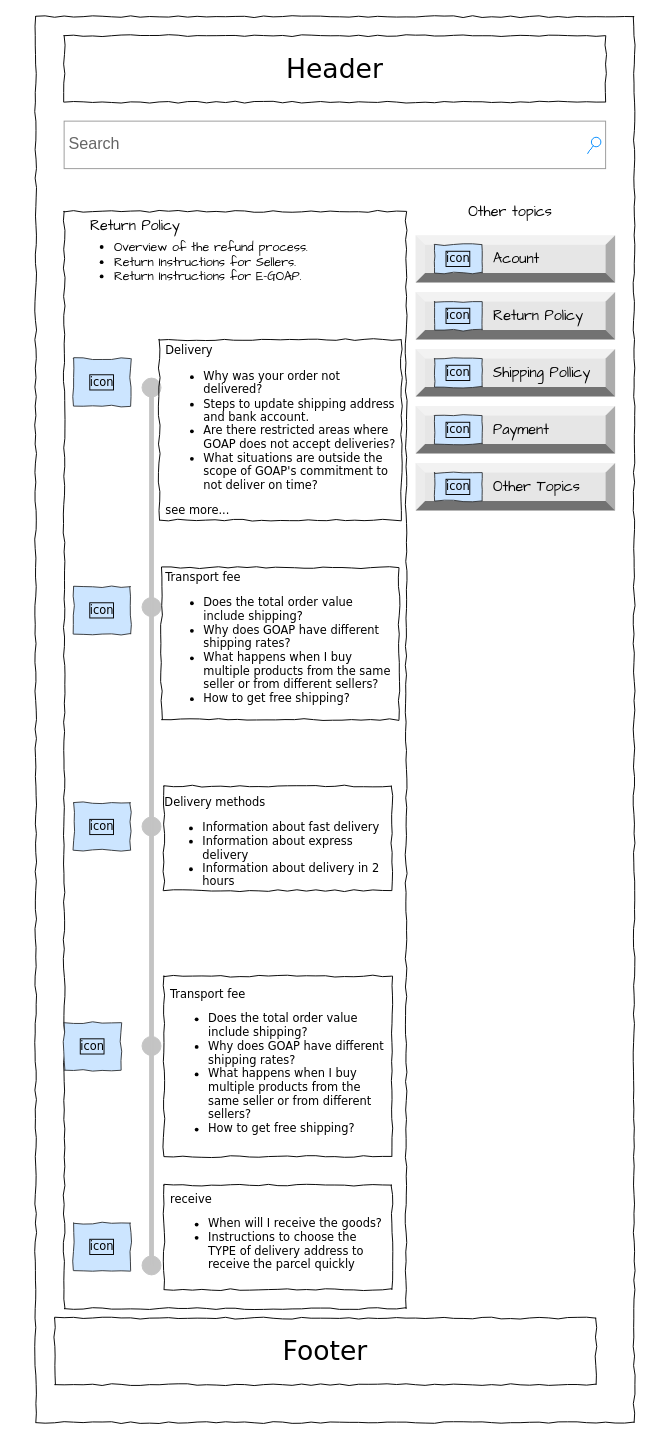
This is page "Shipping Policy" (5 of 6) of 3. Applications/1. Design (UI-UX)/1. Wireframe/Yuki-wireframe.drawio from XiaoYuki2010/Classroom-GSS0123, a draw.io file, before an edit. Source tidied: cells renumbered, new cells numbered last; positions are measured from the earlier drawing's top-left corner, leaving out a move shared by most shapes. Both pictures are drawn from the tidied source at 95%, with x=0, y=0 at pixel (16, 16).
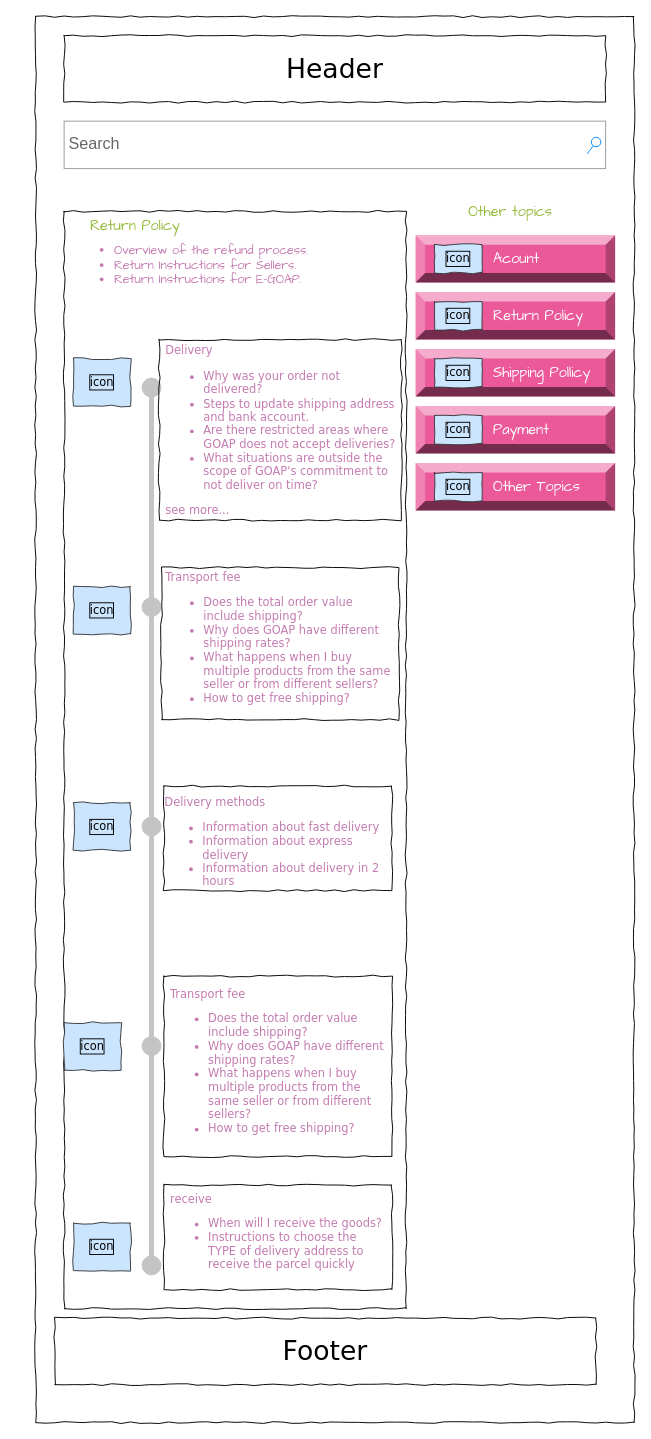
After the change.

What changed in the source:
```diff
@@
-    <mxCell id="5" value="Other topics" style="text;html=1;strokeColor=none;fillColor=none;align=center;verticalAlign=middle;whiteSpace=wrap;rounded=0;fontSize=15;fontFamily=Architects Daughter;fontColor=default;" parent="1" vertex="1">
+    <mxCell id="5" value="Other topics" style="text;html=1;strokeColor=none;fillColor=none;align=center;verticalAlign=middle;whiteSpace=wrap;rounded=0;fontSize=15;fontFamily=Architects Daughter;fontColor=#95bb3d;" parent="1" vertex="1">
       <mxGeometry x="470" y="190" width="100" height="30" as="geometry" />
     </mxCell>
@@
-    <mxCell id="7" value="Return Policy" style="text;html=1;strokeColor=none;fillColor=none;align=center;verticalAlign=middle;whiteSpace=wrap;rounded=0;fontSize=15;fontFamily=Architects Daughter;fontColor=default;" parent="1" vertex="1">
+    <mxCell id="7" value="Return Policy" style="text;html=1;strokeColor=none;fillColor=none;align=center;verticalAlign=middle;whiteSpace=wrap;rounded=0;fontSize=15;fontFamily=Architects Daughter;fontColor=#95bb3d;" parent="1" vertex="1">
       <mxGeometry y="205" width="250" height="30" as="geometry" />
     </mxCell>
@@
-    <mxCell id="9" style="labelPosition=center;verticalLabelPosition=middle;align=center;html=1;shape=mxgraph.basic.shaded_button;dx=10;fillColor=#E6E6E6;strokeColor=none;whiteSpace=wrap;rounded=0;shadow=0;glass=0;labelBackgroundColor=none;labelBorderColor=default;sketch=0;hachureGap=4;jiggle=2;curveFitting=1;fontFamily=Architects Daughter;fontSize=15;fontColor=default;" parent="1" vertex="1">
+    <mxCell id="9" style="labelPosition=center;verticalLabelPosition=middle;align=center;html=1;shape=mxgraph.basic.shaded_button;dx=10;fillColor=#eb5999;strokeColor=none;whiteSpace=wrap;rounded=0;shadow=0;glass=0;labelBackgroundColor=none;labelBorderColor=default;sketch=0;hachureGap=4;jiggle=2;curveFitting=1;fontFamily=Architects Daughter;fontSize=15;fontColor=#fcfcfc;" parent="1" vertex="1">
       <mxGeometry x="420" y="230" width="210" height="50" as="geometry" />
     </mxCell>
@@
-    <mxCell id="11" value="Acount" style="text;html=1;strokeColor=none;fillColor=none;align=left;verticalAlign=middle;whiteSpace=wrap;rounded=0;fontSize=15;fontFamily=Architects Daughter;fontColor=default;" parent="1" vertex="1">
+    <mxCell id="11" value="Acount" style="text;html=1;strokeColor=none;fillColor=none;align=left;verticalAlign=middle;whiteSpace=wrap;rounded=0;fontSize=15;fontFamily=Architects Daughter;fontColor=#ffffff;" parent="1" vertex="1">
       <mxGeometry x="500" y="240" width="60" height="30" as="geometry" />
     </mxCell>
-    <mxCell id="12" style="labelPosition=center;verticalLabelPosition=middle;align=center;html=1;shape=mxgraph.basic.shaded_button;dx=10;fillColor=#E6E6E6;strokeColor=none;whiteSpace=wrap;rounded=0;shadow=0;glass=0;labelBackgroundColor=none;labelBorderColor=default;sketch=0;hachureGap=4;jiggle=2;curveFitting=1;fontFamily=Architects Daughter;fontSize=15;fontColor=default;" parent="1" vertex="1">
+    <mxCell id="12" style="labelPosition=center;verticalLabelPosition=middle;align=center;html=1;shape=mxgraph.basic.shaded_button;dx=10;fillColor=#eb5999;strokeColor=none;whiteSpace=wrap;rounded=0;shadow=0;glass=0;labelBackgroundColor=none;labelBorderColor=default;sketch=0;hachureGap=4;jiggle=2;curveFitting=1;fontFamily=Architects Daughter;fontSize=15;fontColor=#fcfcfc;" parent="1" vertex="1">
       <mxGeometry x="420" y="290" width="210" height="50" as="geometry" />
     </mxCell>
@@
-    <mxCell id="14" value="Return Policy" style="text;html=1;strokeColor=none;fillColor=none;align=left;verticalAlign=middle;whiteSpace=wrap;rounded=0;fontSize=15;fontFamily=Architects Daughter;fontColor=default;" parent="1" vertex="1">
+    <mxCell id="14" value="Return Policy" style="text;html=1;strokeColor=none;fillColor=none;align=left;verticalAlign=middle;whiteSpace=wrap;rounded=0;fontSize=15;fontFamily=Architects Daughter;fontColor=#ffffff;" parent="1" vertex="1">
       <mxGeometry x="500" y="300" width="110" height="30" as="geometry" />
     </mxCell>
-    <mxCell id="15" style="labelPosition=center;verticalLabelPosition=middle;align=center;html=1;shape=mxgraph.basic.shaded_button;dx=10;fillColor=#E6E6E6;strokeColor=none;whiteSpace=wrap;rounded=0;shadow=0;glass=0;labelBackgroundColor=none;labelBorderColor=default;sketch=0;hachureGap=4;jiggle=2;curveFitting=1;fontFamily=Architects Daughter;fontSize=15;fontColor=default;" parent="1" vertex="1">
+    <mxCell id="15" style="labelPosition=center;verticalLabelPosition=middle;align=center;html=1;shape=mxgraph.basic.shaded_button;dx=10;fillColor=#eb5999;strokeColor=none;whiteSpace=wrap;rounded=0;shadow=0;glass=0;labelBackgroundColor=none;labelBorderColor=default;sketch=0;hachureGap=4;jiggle=2;curveFitting=1;fontFamily=Architects Daughter;fontSize=15;fontColor=#fcfcfc;" parent="1" vertex="1">
       <mxGeometry x="420" y="350" width="210" height="50" as="geometry" />
     </mxCell>
@@
-    <mxCell id="17" value="Shipping Pollicy" style="text;html=1;strokeColor=none;fillColor=none;align=left;verticalAlign=middle;whiteSpace=wrap;rounded=0;fontSize=15;fontFamily=Architects Daughter;fontColor=default;" parent="1" vertex="1">
+    <mxCell id="17" value="Shipping Pollicy" style="text;html=1;strokeColor=none;fillColor=none;align=left;verticalAlign=middle;whiteSpace=wrap;rounded=0;fontSize=15;fontFamily=Architects Daughter;fontColor=#ffffff;" parent="1" vertex="1">
       <mxGeometry x="500" y="360" width="110" height="30" as="geometry" />
     </mxCell>
-    <mxCell id="18" style="labelPosition=center;verticalLabelPosition=middle;align=center;html=1;shape=mxgraph.basic.shaded_button;dx=10;fillColor=#E6E6E6;strokeColor=none;whiteSpace=wrap;rounded=0;shadow=0;glass=0;labelBackgroundColor=none;labelBorderColor=default;sketch=0;hachureGap=4;jiggle=2;curveFitting=1;fontFamily=Architects Daughter;fontSize=15;fontColor=default;" parent="1" vertex="1">
+    <mxCell id="18" style="labelPosition=center;verticalLabelPosition=middle;align=center;html=1;shape=mxgraph.basic.shaded_button;dx=10;fillColor=#eb5999;strokeColor=none;whiteSpace=wrap;rounded=0;shadow=0;glass=0;labelBackgroundColor=none;labelBorderColor=default;sketch=0;hachureGap=4;jiggle=2;curveFitting=1;fontFamily=Architects Daughter;fontSize=15;fontColor=#fcfcfc;" parent="1" vertex="1">
       <mxGeometry x="420" y="410" width="210" height="50" as="geometry" />
     </mxCell>
@@
-    <mxCell id="20" value="Payment" style="text;html=1;strokeColor=none;fillColor=none;align=left;verticalAlign=middle;whiteSpace=wrap;rounded=0;fontSize=15;fontFamily=Architects Daughter;fontColor=default;" parent="1" vertex="1">
+    <mxCell id="20" value="Payment" style="text;html=1;strokeColor=none;fillColor=none;align=left;verticalAlign=middle;whiteSpace=wrap;rounded=0;fontSize=15;fontFamily=Architects Daughter;fontColor=#ffffff;" parent="1" vertex="1">
       <mxGeometry x="500" y="420" width="60" height="30" as="geometry" />
     </mxCell>
-    <mxCell id="21" style="labelPosition=center;verticalLabelPosition=middle;align=center;html=1;shape=mxgraph.basic.shaded_button;dx=10;fillColor=#E6E6E6;strokeColor=none;whiteSpace=wrap;rounded=0;shadow=0;glass=0;labelBackgroundColor=none;labelBorderColor=default;sketch=0;hachureGap=4;jiggle=2;curveFitting=1;fontFamily=Architects Daughter;fontSize=15;fontColor=default;" parent="1" vertex="1">
+    <mxCell id="21" style="labelPosition=center;verticalLabelPosition=middle;align=center;html=1;shape=mxgraph.basic.shaded_button;dx=10;fillColor=#eb5999;strokeColor=none;whiteSpace=wrap;rounded=0;shadow=0;glass=0;labelBackgroundColor=none;labelBorderColor=default;sketch=0;hachureGap=4;jiggle=2;curveFitting=1;fontFamily=Architects Daughter;fontSize=15;fontColor=#fcfcfc;" parent="1" vertex="1">
       <mxGeometry x="420" y="470" width="210" height="50" as="geometry" />
     </mxCell>
@@
-    <mxCell id="23" value="Other Topics" style="text;html=1;strokeColor=none;fillColor=none;align=left;verticalAlign=middle;whiteSpace=wrap;rounded=0;fontSize=15;fontFamily=Architects Daughter;fontColor=default;" parent="1" vertex="1">
+    <mxCell id="23" value="Other Topics" style="text;html=1;strokeColor=none;fillColor=none;align=left;verticalAlign=middle;whiteSpace=wrap;rounded=0;fontSize=15;fontFamily=Architects Daughter;fontColor=#ffffff;" parent="1" vertex="1">
       <mxGeometry x="500" y="480" width="100" height="30" as="geometry" />
     </mxCell>
-    <mxCell id="24" value="&lt;ul style=&quot;&quot;&gt;&lt;li style=&quot;&quot;&gt;Overview of the refund process.&lt;br&gt;&lt;/li&gt;&lt;li style=&quot;font-size: 13px;&quot;&gt;Return Instructions for Sellers.&lt;/li&gt;&lt;li style=&quot;border-color: var(--border-color);&quot;&gt;Return Instructions for E-GOAP.&lt;/li&gt;&lt;/ul&gt;" style="text;strokeColor=none;fillColor=none;html=1;verticalAlign=top;overflow=hidden;fontSize=13;fontFamily=Architects Daughter;fontColor=default;spacing=3;align=left;whiteSpace=wrap;" parent="1" vertex="1">
-      <mxGeometry x="60" y="215" width="280" height="75" as="geometry" />
+    <mxCell id="24" value="&lt;ul style=&quot;&quot;&gt;&lt;li style=&quot;&quot;&gt;Overview of the refund process.&lt;br&gt;&lt;/li&gt;&lt;li style=&quot;font-size: 13px;&quot;&gt;Return Instructions for Sellers.&lt;/li&gt;&lt;li style=&quot;border-color: var(--border-color);&quot;&gt;Return Instructions for E-GOAP.&lt;/li&gt;&lt;/ul&gt;" style="text;strokeColor=none;fillColor=none;html=1;verticalAlign=top;overflow=hidden;fontSize=13;fontFamily=Architects Daughter;fontColor=#c47bb0;spacing=3;align=left;whiteSpace=wrap;" parent="1" vertex="1">
+      <mxGeometry x="60" y="217.5" width="280" height="75" as="geometry" />
     </mxCell>
@@
-    <mxCell id="29" value="&lt;div&gt;Delivery methods&lt;/div&gt;&lt;div&gt;&lt;ul&gt;&lt;li&gt;Information about fast delivery&lt;/li&gt;&lt;li&gt;Information about express delivery&lt;/li&gt;&lt;li&gt;Information about delivery in 2 hours&lt;/li&gt;&lt;/ul&gt;&lt;/div&gt;" style="text;html=1;strokeColor=#000000;fillColor=none;align=left;verticalAlign=middle;whiteSpace=wrap;rounded=0;fontSize=12;fontFamily=Verdana;fontColor=#000000;shadow=0;labelBackgroundColor=none;strokeWidth=1;comic=1;spacing=1;spacingTop=19;" parent="1" vertex="1">
+    <mxCell id="29" value="&lt;div&gt;Delivery methods&lt;/div&gt;&lt;div&gt;&lt;ul&gt;&lt;li&gt;Information about fast delivery&lt;/li&gt;&lt;li&gt;Information about express delivery&lt;/li&gt;&lt;li&gt;Information about delivery in 2 hours&lt;/li&gt;&lt;/ul&gt;&lt;/div&gt;" style="text;html=1;strokeColor=#000000;fillColor=none;align=left;verticalAlign=middle;whiteSpace=wrap;rounded=0;fontSize=12;fontFamily=Verdana;fontColor=#c47bb0;shadow=0;labelBackgroundColor=none;strokeWidth=1;comic=1;spacing=1;spacingTop=19;" parent="1" vertex="1">
       <mxGeometry x="155" y="810" width="240" height="110" as="geometry" />
     </mxCell>
-    <mxCell id="30" value="Transport fee&lt;br&gt;&lt;ul&gt;&lt;li&gt;Does the total order value include shipping?&lt;/li&gt;&lt;li&gt;Why does GOAP have different shipping rates?&lt;/li&gt;&lt;li&gt;What happens when I buy multiple products from the same seller or from different sellers?&lt;/li&gt;&lt;li&gt;How to get free shipping?&lt;/li&gt;&lt;/ul&gt;" style="text;html=1;strokeColor=#000000;fillColor=none;align=left;verticalAlign=middle;whiteSpace=wrap;rounded=0;fontSize=12;fontFamily=Verdana;fontColor=#000000;spacingTop=0;shadow=0;labelBackgroundColor=none;strokeWidth=1;comic=1;spacingLeft=-3;spacing=7;" parent="1" vertex="1">
+    <mxCell id="30" value="Transport fee&lt;br&gt;&lt;ul&gt;&lt;li&gt;Does the total order value include shipping?&lt;/li&gt;&lt;li&gt;Why does GOAP have different shipping rates?&lt;/li&gt;&lt;li&gt;What happens when I buy multiple products from the same seller or from different sellers?&lt;/li&gt;&lt;li&gt;How to get free shipping?&lt;/li&gt;&lt;/ul&gt;" style="text;html=1;strokeColor=#000000;fillColor=none;align=left;verticalAlign=middle;whiteSpace=wrap;rounded=0;fontSize=12;fontFamily=Verdana;fontColor=#c47bb0;spacingTop=0;shadow=0;labelBackgroundColor=none;strokeWidth=1;comic=1;spacingLeft=-3;spacing=7;" parent="1" vertex="1">
       <mxGeometry x="152.5" y="580" width="250" height="160" as="geometry" />
     </mxCell>
-    <mxCell id="31" value="&lt;div&gt;Delivery&lt;/div&gt;&lt;div&gt;&lt;ul&gt;&lt;li&gt;Why was your order not delivered?&lt;/li&gt;&lt;li&gt;Steps to update shipping address and bank account.&lt;/li&gt;&lt;li&gt;Are there restricted areas where GOAP does not accept deliveries?&lt;/li&gt;&lt;li&gt;What situations are outside the scope of GOAP's commitment to not deliver on time?&lt;/li&gt;&lt;/ul&gt;&lt;/div&gt;&lt;div&gt;see more...&lt;/div&gt;" style="text;html=1;strokeColor=#000000;fillColor=none;align=left;verticalAlign=middle;whiteSpace=wrap;rounded=0;fontSize=12;fontFamily=Verdana;fontColor=#000000;shadow=0;labelBackgroundColor=none;strokeWidth=1;comic=1;spacing=7;spacingTop=1;" parent="1" vertex="1">
+    <mxCell id="31" value="&lt;div&gt;Delivery&lt;/div&gt;&lt;div&gt;&lt;ul&gt;&lt;li&gt;Why was your order not delivered?&lt;/li&gt;&lt;li&gt;Steps to update shipping address and bank account.&lt;/li&gt;&lt;li&gt;Are there restricted areas where GOAP does not accept deliveries?&lt;/li&gt;&lt;li&gt;What situations are outside the scope of GOAP's commitment to not deliver on time?&lt;/li&gt;&lt;/ul&gt;&lt;/div&gt;&lt;div&gt;see more...&lt;/div&gt;" style="text;html=1;strokeColor=#000000;fillColor=none;align=left;verticalAlign=middle;whiteSpace=wrap;rounded=0;fontSize=12;fontFamily=Verdana;fontColor=#c47bb0;shadow=0;labelBackgroundColor=none;strokeWidth=1;comic=1;spacing=7;spacingTop=1;" parent="1" vertex="1">
       <mxGeometry x="150" y="340" width="255" height="190" as="geometry" />
     </mxCell>
-    <mxCell id="32" value="&lt;div&gt;Transport fee&lt;/div&gt;&lt;div&gt;&lt;ul&gt;&lt;li&gt;Does the total order value include shipping?&lt;/li&gt;&lt;li&gt;Why does GOAP have different shipping rates?&lt;/li&gt;&lt;li&gt;What happens when I buy multiple products from the same seller or from different sellers?&lt;/li&gt;&lt;li&gt;How to get free shipping?&lt;/li&gt;&lt;/ul&gt;&lt;/div&gt;" style="text;html=1;strokeColor=#000000;fillColor=none;align=left;verticalAlign=top;whiteSpace=wrap;rounded=0;fontSize=12;fontFamily=Verdana;fontColor=#000000;shadow=0;labelBackgroundColor=none;strokeWidth=1;comic=1;spacing=7;" parent="1" vertex="1">
+    <mxCell id="32" value="&lt;div&gt;Transport fee&lt;/div&gt;&lt;div&gt;&lt;ul&gt;&lt;li&gt;Does the total order value include shipping?&lt;/li&gt;&lt;li&gt;Why does GOAP have different shipping rates?&lt;/li&gt;&lt;li&gt;What happens when I buy multiple products from the same seller or from different sellers?&lt;/li&gt;&lt;li&gt;How to get free shipping?&lt;/li&gt;&lt;/ul&gt;&lt;/div&gt;" style="text;html=1;strokeColor=#000000;fillColor=none;align=left;verticalAlign=top;whiteSpace=wrap;rounded=0;fontSize=12;fontFamily=Verdana;fontColor=#c47bb0;shadow=0;labelBackgroundColor=none;strokeWidth=1;comic=1;spacing=7;" parent="1" vertex="1">
       <mxGeometry x="155" y="1010" width="240" height="190" as="geometry" />
     </mxCell>
-    <mxCell id="33" value="&lt;div&gt;receive&lt;/div&gt;&lt;div&gt;&lt;ul&gt;&lt;li&gt;When will I receive the goods?&lt;/li&gt;&lt;li&gt;Instructions to choose the TYPE of delivery address to receive the parcel quickly&lt;/li&gt;&lt;/ul&gt;&lt;/div&gt;" style="text;html=1;strokeColor=#000000;fillColor=none;align=left;verticalAlign=middle;whiteSpace=wrap;rounded=0;fontSize=12;fontFamily=Verdana;fontColor=#000000;shadow=0;labelBackgroundColor=none;strokeWidth=1;comic=1;spacing=7;" parent="1" vertex="1">
+    <mxCell id="33" value="&lt;div&gt;receive&lt;/div&gt;&lt;div&gt;&lt;ul&gt;&lt;li&gt;When will I receive the goods?&lt;/li&gt;&lt;li&gt;Instructions to choose the TYPE of delivery address to receive the parcel quickly&lt;/li&gt;&lt;/ul&gt;&lt;/div&gt;" style="text;html=1;strokeColor=#000000;fillColor=none;align=left;verticalAlign=middle;whiteSpace=wrap;rounded=0;fontSize=12;fontFamily=Verdana;fontColor=#c47bb0;shadow=0;labelBackgroundColor=none;strokeWidth=1;comic=1;spacing=7;" parent="1" vertex="1">
       <mxGeometry x="155" y="1230" width="240" height="110" as="geometry" />
     </mxCell>
```
